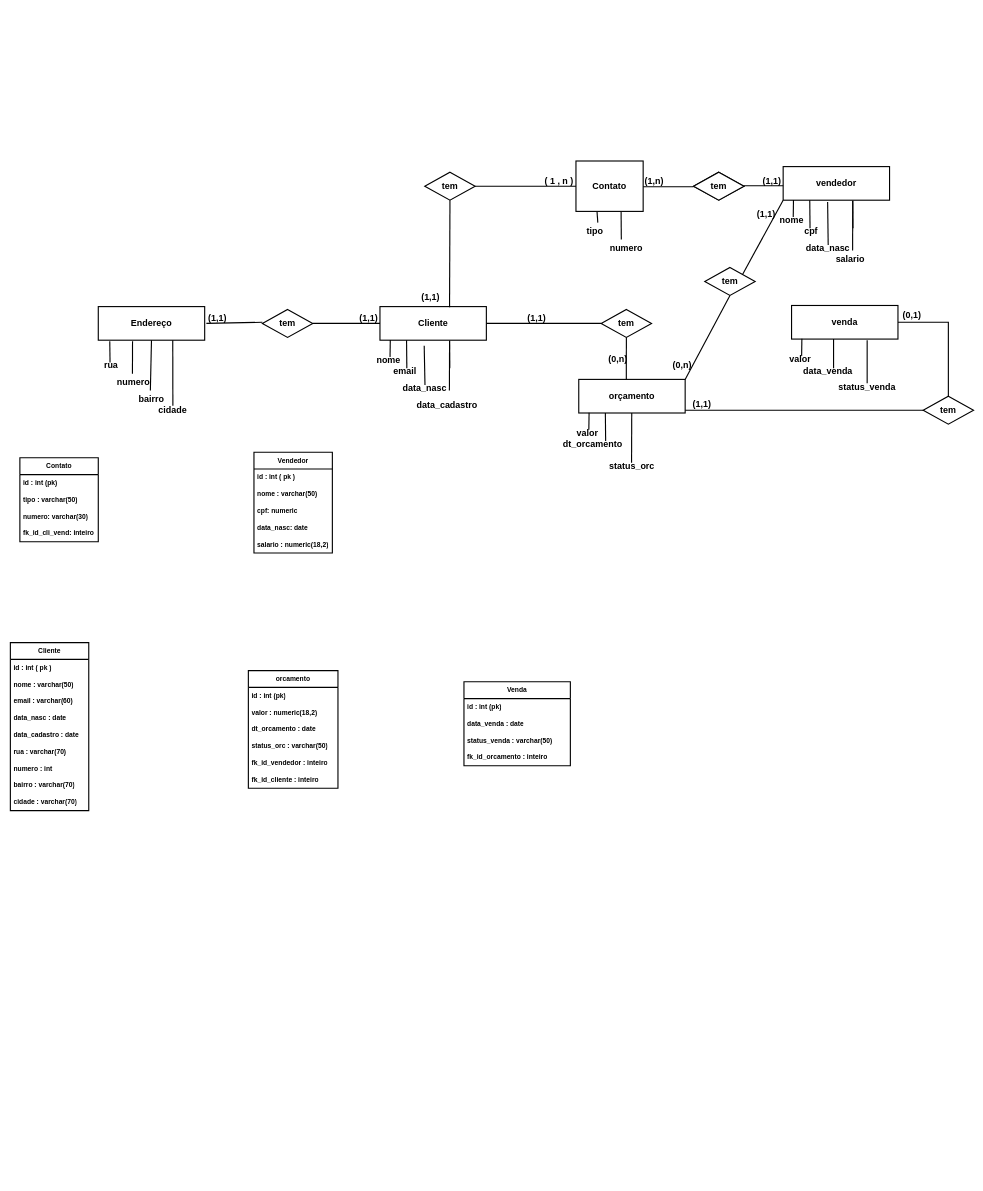
Before: Diagrama sem nome.drawio in h0landa33/githubaula, a draw.io diagram. Source tidied: cells renumbered, new cells numbered last; positions are measured from the earlier drawing's top-left corner, leaving out a move shared by most shapes. Both pictures are drawn from the tidied source at 56%, with x=0, y=0 at pixel (10, 161).
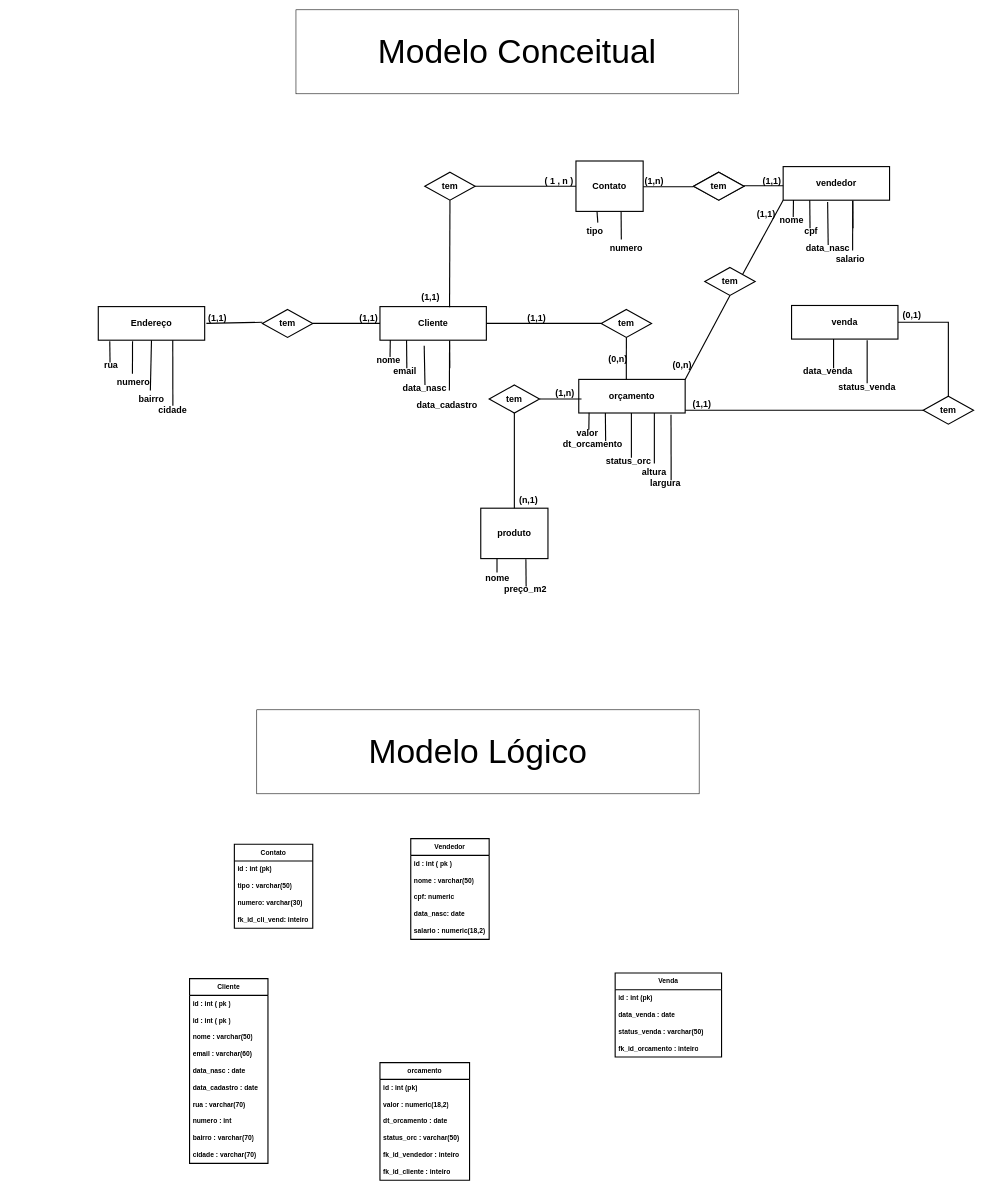
After the change.

Unchanged cells that the change refers to:
```xml
<mxCell id="53" value="orçamento" style="rounded=0;whiteSpace=wrap;html=1;fontSize=16;strokeWidth=2;fontStyle=1;" parent="1" vertex="1">
  <mxGeometry x="1015" y="390" width="190" height="60" as="geometry" />
</mxCell>
<mxCell id="58" value="venda" style="rounded=0;whiteSpace=wrap;html=1;fontSize=16;strokeWidth=2;fontStyle=1;" parent="1" vertex="1">
  <mxGeometry x="1395" y="258" width="190" height="60" as="geometry" />
</mxCell>
```

What changed in the source:
```diff
@@
-    <mxCell id="59" value="valor" style="text;html=1;align=center;verticalAlign=middle;strokeColor=none;fillColor=none;fontSize=16;strokeWidth=2;fontStyle=1;" parent="1" vertex="1">
-      <mxGeometry x="1380" y="338" width="60" height="30" as="geometry" />
-    </mxCell>
@@
-    <mxCell id="61" style="endArrow=none;html=1;rounded=0;entryX=0.097;entryY=0.993;entryDx=0;entryDy=0;entryPerimeter=0;fontSize=16;strokeWidth=2;fontStyle=1;" parent="1" edge="1" target="58">
-      <mxGeometry relative="1" as="geometry">
-        <mxPoint x="1413" y="348" as="sourcePoint" />
-      </mxGeometry>
-    </mxCell>
@@
-    <mxCell id="64" style="endArrow=none;html=1;rounded=0;entryX=0.649;entryY=1.011;entryDx=0;entryDy=0;entryPerimeter=0;fontSize=16;strokeWidth=2;fontStyle=1;" parent="1" edge="1">
+    <mxCell id="64" style="endArrow=none;html=1;rounded=0;fontSize=16;strokeWidth=2;fontStyle=1;" parent="1" edge="1">
       <mxGeometry relative="1" as="geometry">
-        <mxPoint x="1109.3" y="538.9" as="sourcePoint" />
-        <mxPoint x="1109.6" y="450" as="targetPoint" />
+        <mxPoint x="1109" y="530" as="sourcePoint" />
+        <mxPoint x="1109" y="450" as="targetPoint" />
       </mxGeometry>
     </mxCell>
     <mxCell id="65" value="status_orc" style="text;html=1;align=center;verticalAlign=middle;whiteSpace=wrap;rounded=0;fontSize=16;strokeWidth=2;fontStyle=1;" parent="1" vertex="1">
-      <mxGeometry x="1080" y="530" width="60" height="30" as="geometry" />
+      <mxGeometry x="1074" y="520" width="60" height="30" as="geometry" />
     </mxCell>
@@
     <mxCell id="82" value="Cliente" style="swimlane;fontStyle=1;horizontal=1;startSize=30;whiteSpace=wrap;html=1;strokeWidth=2;" parent="1" vertex="1">
-      <mxGeometry y="860" width="140" height="300" as="geometry" />
+      <mxGeometry x="320" y="1460" width="140" height="330" as="geometry" />
     </mxCell>
+    <mxCell id="115" value="id : int ( pk )" style="text;strokeColor=none;fillColor=none;align=left;verticalAlign=middle;spacingLeft=4;spacingRight=4;overflow=hidden;whiteSpace=wrap;html=1;fontStyle=1;strokeWidth=2;" parent="82" vertex="1">
+      <mxGeometry y="30" width="140" height="30" as="geometry" />
+    </mxCell>
     <mxCell id="83" value="id : int ( pk )" style="text;strokeColor=none;fillColor=none;align=left;verticalAlign=middle;spacingLeft=4;spacingRight=4;overflow=hidden;whiteSpace=wrap;html=1;fontStyle=1;strokeWidth=2;" parent="82" vertex="1">
-      <mxGeometry y="30" width="140" height="30" as="geometry" />
+      <mxGeometry y="60" width="140" height="30" as="geometry" />
     </mxCell>
     <mxCell id="84" value="nome : varchar(50)" style="text;strokeColor=none;fillColor=none;align=left;verticalAlign=middle;spacingLeft=4;spacingRight=4;overflow=hidden;whiteSpace=wrap;html=1;fontStyle=1;strokeWidth=2;" parent="82" vertex="1">
-      <mxGeometry y="60" width="140" height="30" as="geometry" />
+      <mxGeometry y="90" width="140" height="30" as="geometry" />
     </mxCell>
     <mxCell id="85" value="email : varchar(60)&amp;nbsp;" style="text;strokeColor=none;fillColor=none;align=left;verticalAlign=middle;spacingLeft=4;spacingRight=4;overflow=hidden;whiteSpace=wrap;html=1;fontStyle=1;strokeWidth=2;" parent="82" vertex="1">
-      <mxGeometry y="90" width="140" height="30" as="geometry" />
+      <mxGeometry y="120" width="140" height="30" as="geometry" />
     </mxCell>
     <mxCell id="86" value="data_nasc : date" style="text;strokeColor=none;fillColor=none;align=left;verticalAlign=middle;spacingLeft=4;spacingRight=4;overflow=hidden;whiteSpace=wrap;html=1;fontStyle=1;strokeWidth=2;" parent="82" vertex="1">
-      <mxGeometry y="120" width="140" height="30" as="geometry" />
+      <mxGeometry y="150" width="140" height="30" as="geometry" />
     </mxCell>
     <mxCell id="87" value="data_cadastro : date" style="text;strokeColor=none;fillColor=none;align=left;verticalAlign=middle;spacingLeft=4;spacingRight=4;overflow=hidden;whiteSpace=wrap;html=1;fontStyle=1;strokeWidth=2;" parent="82" vertex="1">
-      <mxGeometry y="150" width="140" height="30" as="geometry" />
+      <mxGeometry y="180" width="140" height="30" as="geometry" />
     </mxCell>
     <mxCell id="88" value="rua : varchar(70)" style="text;strokeColor=none;fillColor=none;align=left;verticalAlign=middle;spacingLeft=4;spacingRight=4;overflow=hidden;whiteSpace=wrap;html=1;fontStyle=1;strokeWidth=2;" parent="82" vertex="1">
-      <mxGeometry y="180" width="140" height="30" as="geometry" />
+      <mxGeometry y="210" width="140" height="30" as="geometry" />
     </mxCell>
     <mxCell id="89" value="numero : int&amp;nbsp;" style="text;strokeColor=none;fillColor=none;align=left;verticalAlign=middle;spacingLeft=4;spacingRight=4;overflow=hidden;whiteSpace=wrap;html=1;fontStyle=1;strokeWidth=2;" parent="82" vertex="1">
-      <mxGeometry y="210" width="140" height="30" as="geometry" />
+      <mxGeometry y="240" width="140" height="30" as="geometry" />
     </mxCell>
     <mxCell id="90" value="bairro : varchar(70)" style="text;strokeColor=none;fillColor=none;align=left;verticalAlign=middle;spacingLeft=4;spacingRight=4;overflow=hidden;whiteSpace=wrap;html=1;fontStyle=1;strokeWidth=2;" parent="82" vertex="1">
-      <mxGeometry y="240" width="140" height="30" as="geometry" />
+      <mxGeometry y="270" width="140" height="30" as="geometry" />
     </mxCell>
     <mxCell id="91" value="cidade : varchar(70)" style="text;strokeColor=none;fillColor=none;align=left;verticalAlign=middle;spacingLeft=4;spacingRight=4;overflow=hidden;whiteSpace=wrap;html=1;fontStyle=1;strokeWidth=2;" parent="82" vertex="1">
-      <mxGeometry y="270" width="140" height="30" as="geometry" />
+      <mxGeometry y="300" width="140" height="30" as="geometry" />
     </mxCell>
     <mxCell id="92" value="Vendedor" style="swimlane;fontStyle=1;horizontal=1;startSize=30;whiteSpace=wrap;html=1;strokeWidth=2;" parent="1" vertex="1">
-      <mxGeometry x="435" y="520" width="140" height="180" as="geometry" />
+      <mxGeometry x="715" y="1210" width="140" height="180" as="geometry" />
     </mxCell>
@@
     <mxCell id="98" value="Contato" style="swimlane;fontStyle=1;horizontal=1;startSize=30;whiteSpace=wrap;html=1;strokeWidth=2;" parent="1" vertex="1">
-      <mxGeometry x="17" y="530" width="140" height="150" as="geometry" />
+      <mxGeometry x="400" y="1220" width="140" height="150" as="geometry" />
     </mxCell>
@@
     <mxCell id="103" value="orcamento" style="swimlane;fontStyle=1;horizontal=1;startSize=30;whiteSpace=wrap;html=1;strokeWidth=2;" parent="1" vertex="1">
-      <mxGeometry x="425" y="910" width="160" height="210" as="geometry" />
+      <mxGeometry x="660" y="1610" width="160" height="210" as="geometry" />
     </mxCell>
@@
     <mxCell id="110" value="Venda" style="swimlane;fontStyle=1;horizontal=1;startSize=30;whiteSpace=wrap;html=1;strokeWidth=2;" parent="1" vertex="1">
-      <mxGeometry x="810" y="930" width="190" height="150" as="geometry" />
+      <mxGeometry x="1080" y="1450" width="190" height="150" as="geometry" />
     </mxCell>
@@
+    <mxCell id="116" style="endArrow=none;html=1;rounded=0;fontStyle=1;strokeWidth=2;" parent="1" edge="1">
+      <mxGeometry relative="1" as="geometry">
+        <mxPoint x="1150" y="540" as="sourcePoint" />
+        <mxPoint x="1150" y="450" as="targetPoint" />
+      </mxGeometry>
+    </mxCell>
+    <mxCell id="117" value="altura" style="text;html=1;align=center;verticalAlign=middle;whiteSpace=wrap;rounded=0;fontStyle=1;fontSize=16;" parent="1" vertex="1">
+      <mxGeometry x="1120" y="540" width="60" height="30" as="geometry" />
+    </mxCell>
+    <mxCell id="118" style="endArrow=none;html=1;rounded=0;entryX=0.867;entryY=1.05;entryDx=0;entryDy=0;entryPerimeter=0;exitX=1;exitY=1;exitDx=0;exitDy=0;fontStyle=1;strokeWidth=2;" parent="1" edge="1" source="117" target="53">
+      <mxGeometry relative="1" as="geometry" />
+    </mxCell>
+    <mxCell id="119" value="largura" style="text;html=1;align=center;verticalAlign=middle;whiteSpace=wrap;rounded=0;fontStyle=1;fontSize=16;" parent="1" vertex="1">
+      <mxGeometry x="1140" y="560" width="60" height="30" as="geometry" />
+    </mxCell>
+    <mxCell id="120" style="endArrow=none;html=1;rounded=0;fontSize=16;strokeWidth=2;fontStyle=1;" parent="1" edge="1">
+      <mxGeometry relative="1" as="geometry">
+        <mxPoint x="869" y="735" as="sourcePoint" />
+        <mxPoint x="869" y="700" as="targetPoint" />
+      </mxGeometry>
+    </mxCell>
+    <mxCell id="121" style="endArrow=none;html=1;rounded=0;entryX=0.649;entryY=1.011;entryDx=0;entryDy=0;entryPerimeter=0;fontSize=16;strokeWidth=2;fontStyle=1;" parent="1" edge="1">
+      <mxGeometry relative="1" as="geometry">
+        <mxPoint x="921" y="760" as="sourcePoint" />
+        <mxPoint x="920.6" y="711.1" as="targetPoint" />
+      </mxGeometry>
+    </mxCell>
+    <mxCell id="122" value="produto" style="rounded=0;whiteSpace=wrap;html=1;fontSize=16;strokeWidth=2;fontStyle=1;" parent="1" vertex="1">
+      <mxGeometry x="840" y="620" width="120" height="90" as="geometry" />
+    </mxCell>
+    <mxCell id="123" value="nome" style="text;html=1;align=center;verticalAlign=middle;whiteSpace=wrap;rounded=0;fontSize=16;strokeWidth=2;fontStyle=1;" parent="1" vertex="1">
+      <mxGeometry x="840" y="730" width="60" height="30" as="geometry" />
+    </mxCell>
+    <mxCell id="124" value="preço_m2" style="text;html=1;align=center;verticalAlign=middle;whiteSpace=wrap;rounded=0;fontSize=16;strokeWidth=2;fontStyle=1;" parent="1" vertex="1">
+      <mxGeometry x="890" y="750" width="60" height="30" as="geometry" />
+    </mxCell>
+    <mxCell id="125" value="tem" style="rhombus;whiteSpace=wrap;html=1;fontSize=16;strokeWidth=2;fontStyle=1;" parent="1" vertex="1">
+      <mxGeometry x="855" y="400" width="90" height="50" as="geometry" />
+    </mxCell>
+    <mxCell id="126" style="endArrow=none;html=1;rounded=0;exitX=0.5;exitY=0;exitDx=0;exitDy=0;entryX=0.5;entryY=1;entryDx=0;entryDy=0;strokeWidth=2;" parent="1" edge="1" source="122" target="125">
+      <mxGeometry relative="1" as="geometry" />
+    </mxCell>
+    <mxCell id="127" style="endArrow=none;html=1;rounded=0;exitX=1;exitY=0.5;exitDx=0;exitDy=0;strokeWidth=2;entryX=0.026;entryY=0.583;entryDx=0;entryDy=0;entryPerimeter=0;" parent="1" edge="1" source="125" target="53">
+      <mxGeometry relative="1" as="geometry" />
+    </mxCell>
+    <mxCell id="128" value="(n,1)" style="text;html=1;align=center;verticalAlign=middle;strokeColor=none;fillColor=none;fontSize=16;fontStyle=1;" parent="1" vertex="1">
+      <mxGeometry x="895" y="590" width="60" height="30" as="geometry" />
+    </mxCell>
+    <mxCell id="129" value="(1,n)" style="text;html=1;align=center;verticalAlign=middle;strokeColor=none;fillColor=none;fontSize=16;fontStyle=1;" parent="1" vertex="1">
+      <mxGeometry x="960" y="400" width="60" height="30" as="geometry" />
+    </mxCell>
+    <mxCell id="130" value="&lt;font style=&quot;font-size: 60px;&quot;&gt;Modelo Conceitual&lt;/font&gt;" style="rounded=0;whiteSpace=wrap;html=1;" parent="1" vertex="1">
+      <mxGeometry x="510" y="-270" width="790" height="150" as="geometry" />
+    </mxCell>
+    <mxCell id="131" value="&lt;font style=&quot;font-size: 60px;&quot;&gt;Modelo Lógico&lt;/font&gt;" style="rounded=0;whiteSpace=wrap;html=1;" parent="1" vertex="1">
+      <mxGeometry x="440" y="980" width="790" height="150" as="geometry" />
+    </mxCell>
```
